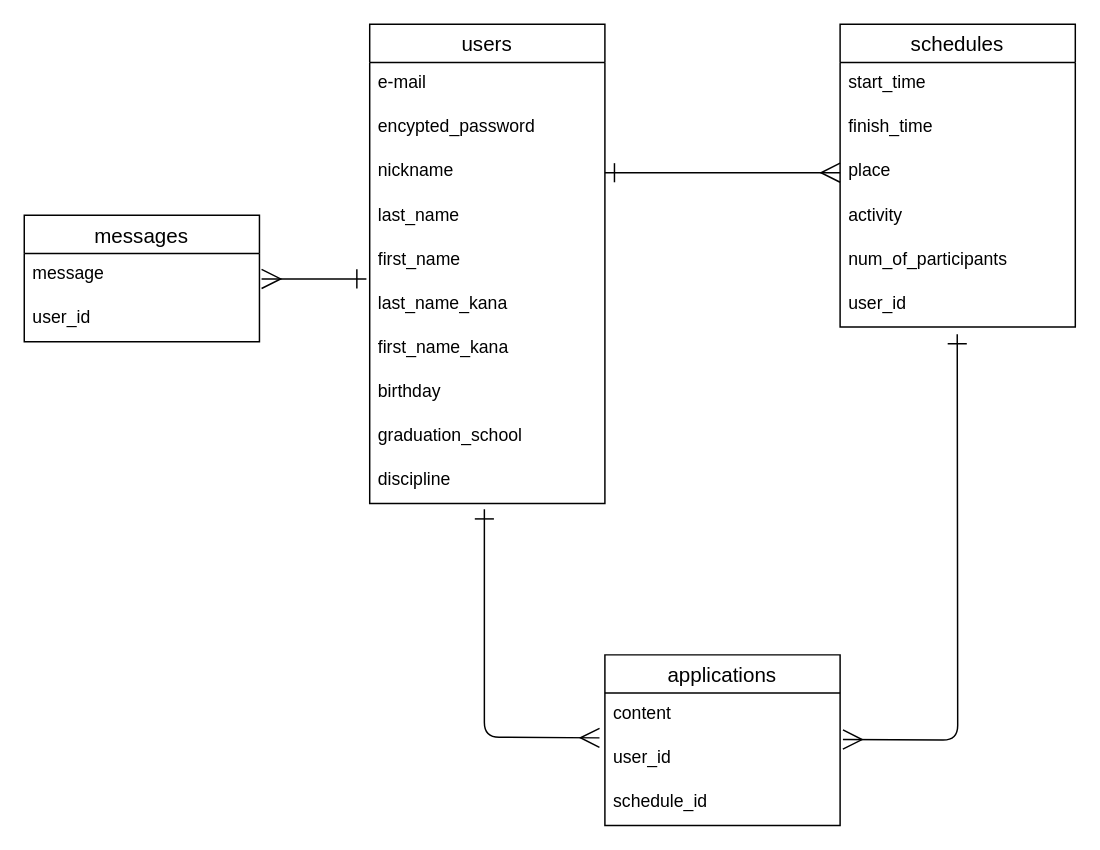
naminoriko/pcc-app keeps this draw.io diagram as er.dio. Above is the earlier version. Source tidied: cells renumbered, new cells numbered last; positions are measured from the earlier drawing's top-left corner, leaving out a move shared by most shapes. Both pictures are drawn from the tidied source at 147%, with x=0, y=0 at pixel (24, 24).
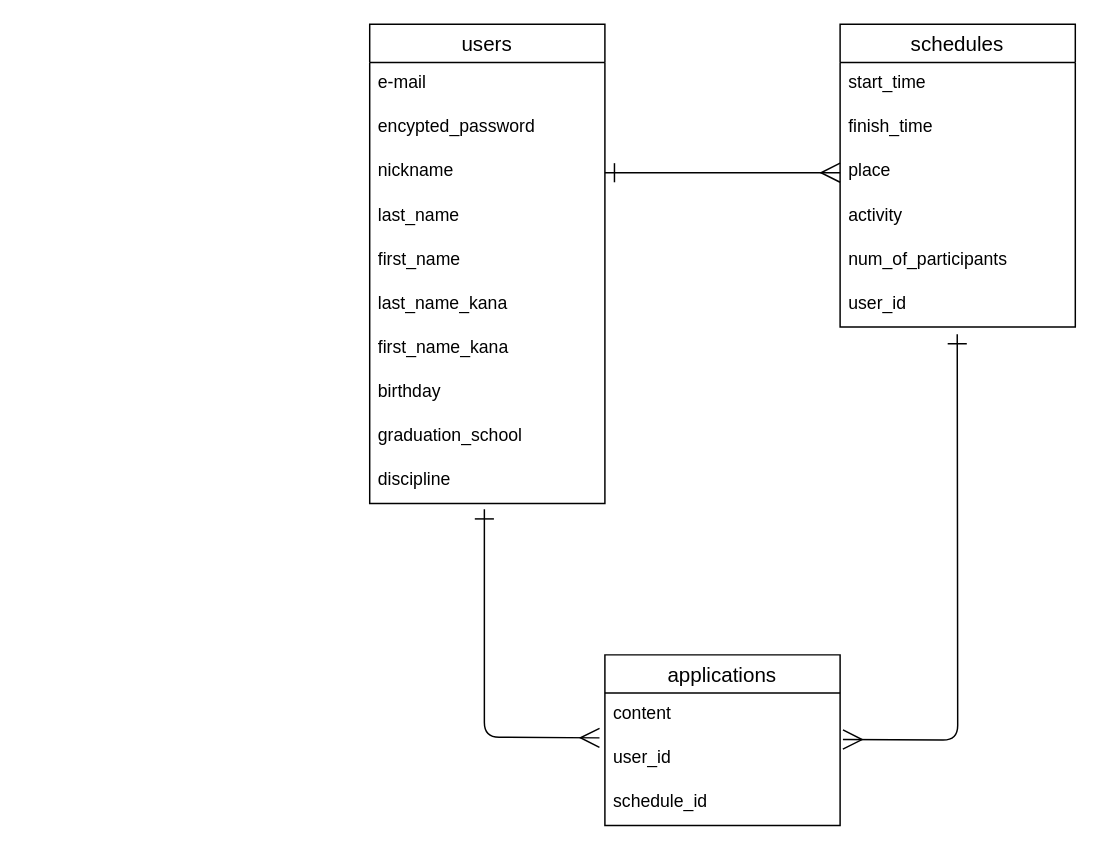
The same diagram, later.

The change refers to these unchanged cells:
```xml
<mxCell id="15" value="last_name_kana" style="text;strokeColor=none;fillColor=none;spacingLeft=4;spacingRight=4;overflow=hidden;points=[[0,0.5],[1,0.5]];portConstraint=eastwest;fontSize=12;" parent="9" vertex="1">
  <mxGeometry y="176" width="160" height="30" as="geometry" />
</mxCell>
```

What changed in the source:
```diff
@@
-    <mxCell id="20" value="messages" style="swimlane;fontStyle=0;horizontal=1;startSize=26;align=center;fontSize=14;" parent="1" vertex="1">
-      <mxGeometry y="130" width="160" height="86" as="geometry" />
-    </mxCell>
-    <mxCell id="21" value="message" style="text;strokeColor=none;fillColor=none;spacingLeft=4;spacingRight=4;overflow=hidden;points=[[0,0.5],[1,0.5]];portConstraint=eastwest;fontSize=12;" parent="20" vertex="1">
-      <mxGeometry y="26" width="160" height="30" as="geometry" />
-    </mxCell>
-    <mxCell id="22" value="user_id" style="text;strokeColor=none;fillColor=none;spacingLeft=4;spacingRight=4;overflow=hidden;fontSize=12;" parent="20" vertex="1">
-      <mxGeometry y="56" width="160" height="30" as="geometry" />
-    </mxCell>
@@
-    <mxCell id="28" style="edgeStyle=none;html=1;endArrow=ERmany;endFill=0;startArrow=ERone;startFill=0;endSize=11;startSize=11;exitX=-0.014;exitY=-0.092;exitDx=0;exitDy=0;exitPerimeter=0;entryX=1.009;entryY=0.575;entryDx=0;entryDy=0;entryPerimeter=0;" parent="1" edge="1" source="15" target="21">
-      <mxGeometry relative="1" as="geometry" />
-    </mxCell>
```
